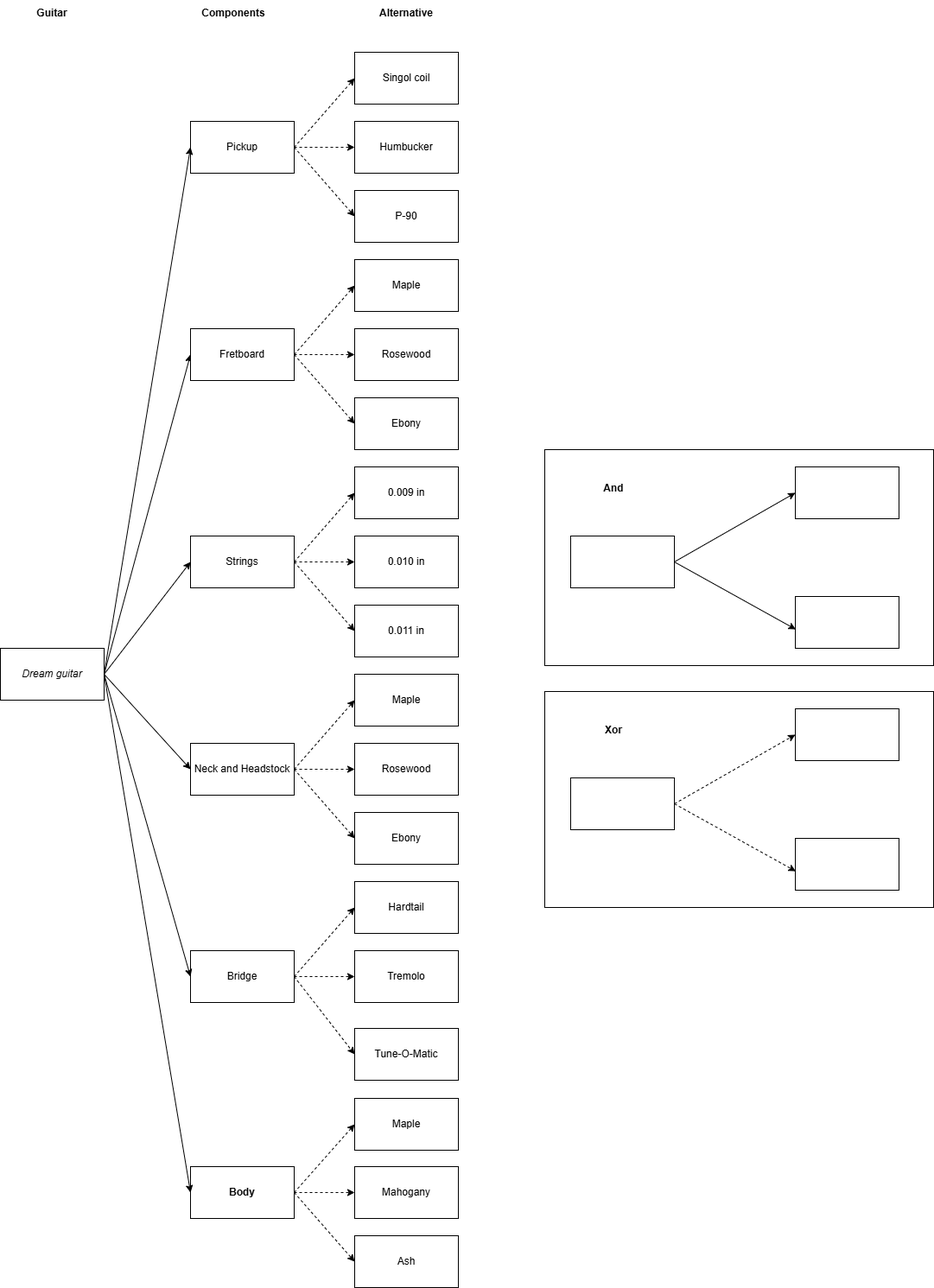
This is Dictionary.drawio.png from TizianoLilli/ISPW-Project, a draw.io export, as it was before one commit. Source tidied: cells renumbered, new cells last; positions are measured from the earlier drawing's top-left corner, leaving out a move shared by most shapes. The source it was exported from:
```xml
<mxGraphModel>
  <root>
    <mxCell id="0" />
    <mxCell id="1" parent="0" />
    <mxCell id="2" style="rounded=0;whiteSpace=wrap;html=1;" parent="1" vertex="1">
      <mxGeometry x="630" y="520" width="450" height="250" as="geometry" />
    </mxCell>
    <mxCell id="3" value="&lt;i&gt;Dream guitar&lt;/i&gt;" style="rounded=0;whiteSpace=wrap;html=1;" parent="1" vertex="1">
      <mxGeometry y="750" width="120" height="60" as="geometry" />
    </mxCell>
    <mxCell id="4" style="endArrow=classic;html=1;rounded=0;exitX=1;exitY=0.5;exitDx=0;exitDy=0;entryX=0;entryY=0.5;entryDx=0;entryDy=0;" parent="1" edge="1" source="3" target="5">
      <mxGeometry relative="1" as="geometry" />
    </mxCell>
    <mxCell id="5" value="Fretboard" style="rounded=0;whiteSpace=wrap;html=1;" parent="1" vertex="1">
      <mxGeometry x="220" y="380" width="120" height="60" as="geometry" />
    </mxCell>
    <mxCell id="6" value="Pickup" style="rounded=0;whiteSpace=wrap;html=1;" parent="1" vertex="1">
      <mxGeometry x="220" y="140" width="120" height="60" as="geometry" />
    </mxCell>
    <mxCell id="7" value="Singol coil" style="rounded=0;whiteSpace=wrap;html=1;" parent="1" vertex="1">
      <mxGeometry x="410" y="60" width="120" height="60" as="geometry" />
    </mxCell>
    <mxCell id="8" value="Humbucker" style="rounded=0;whiteSpace=wrap;html=1;" parent="1" vertex="1">
      <mxGeometry x="410" y="140" width="120" height="60" as="geometry" />
    </mxCell>
    <mxCell id="9" value="P-90" style="rounded=0;whiteSpace=wrap;html=1;" parent="1" vertex="1">
      <mxGeometry x="410" y="220" width="120" height="60" as="geometry" />
    </mxCell>
    <mxCell id="10" value="Maple" style="rounded=0;whiteSpace=wrap;html=1;" parent="1" vertex="1">
      <mxGeometry x="410" y="300" width="120" height="60" as="geometry" />
    </mxCell>
    <mxCell id="11" value="Rosewood" style="rounded=0;whiteSpace=wrap;html=1;" parent="1" vertex="1">
      <mxGeometry x="410" y="380" width="120" height="60" as="geometry" />
    </mxCell>
    <mxCell id="12" value="Ebony" style="rounded=0;whiteSpace=wrap;html=1;" parent="1" vertex="1">
      <mxGeometry x="410" y="460" width="120" height="60" as="geometry" />
    </mxCell>
    <mxCell id="13" value="0.009 in" style="rounded=0;whiteSpace=wrap;html=1;" parent="1" vertex="1">
      <mxGeometry x="410" y="540" width="120" height="60" as="geometry" />
    </mxCell>
    <mxCell id="14" value="0.010 in" style="rounded=0;whiteSpace=wrap;html=1;" parent="1" vertex="1">
      <mxGeometry x="410" y="620" width="120" height="60" as="geometry" />
    </mxCell>
    <mxCell id="15" value="0.011 in" style="rounded=0;whiteSpace=wrap;html=1;" parent="1" vertex="1">
      <mxGeometry x="410" y="700" width="120" height="60" as="geometry" />
    </mxCell>
    <mxCell id="16" value="Maple" style="rounded=0;whiteSpace=wrap;html=1;" parent="1" vertex="1">
      <mxGeometry x="410" y="780" width="120" height="60" as="geometry" />
    </mxCell>
    <mxCell id="17" value="Rosewood" style="rounded=0;whiteSpace=wrap;html=1;" parent="1" vertex="1">
      <mxGeometry x="410" y="860" width="120" height="60" as="geometry" />
    </mxCell>
    <mxCell id="18" value="Ebony" style="rounded=0;whiteSpace=wrap;html=1;" parent="1" vertex="1">
      <mxGeometry x="410" y="940" width="120" height="60" as="geometry" />
    </mxCell>
    <mxCell id="19" value="Hardtail" style="rounded=0;whiteSpace=wrap;html=1;" parent="1" vertex="1">
      <mxGeometry x="410" y="1020" width="120" height="60" as="geometry" />
    </mxCell>
    <mxCell id="20" value="Tune-O-Matic" style="rounded=0;whiteSpace=wrap;html=1;" parent="1" vertex="1">
      <mxGeometry x="410" y="1190" width="120" height="60" as="geometry" />
    </mxCell>
    <mxCell id="21" value="Tremolo" style="rounded=0;whiteSpace=wrap;html=1;" parent="1" vertex="1">
      <mxGeometry x="410" y="1100" width="120" height="60" as="geometry" />
    </mxCell>
    <mxCell id="22" value="Maple" style="rounded=0;whiteSpace=wrap;html=1;" parent="1" vertex="1">
      <mxGeometry x="410" y="1271" width="120" height="60" as="geometry" />
    </mxCell>
    <mxCell id="23" value="Mahogany" style="rounded=0;whiteSpace=wrap;html=1;" parent="1" vertex="1">
      <mxGeometry x="410" y="1350" width="120" height="60" as="geometry" />
    </mxCell>
    <mxCell id="24" style="endArrow=classic;html=1;rounded=0;entryX=0;entryY=0.5;entryDx=0;entryDy=0;dashed=1;" parent="1" edge="1" target="7">
      <mxGeometry relative="1" as="geometry">
        <mxPoint x="340" y="170" as="sourcePoint" />
      </mxGeometry>
    </mxCell>
    <mxCell id="25" style="endArrow=classic;html=1;rounded=0;entryX=0;entryY=0.5;entryDx=0;entryDy=0;dashed=1;exitX=1;exitY=0.5;exitDx=0;exitDy=0;" parent="1" edge="1" source="6" target="8">
      <mxGeometry relative="1" as="geometry" />
    </mxCell>
    <mxCell id="26" style="endArrow=classic;html=1;rounded=0;entryX=0;entryY=0.5;entryDx=0;entryDy=0;dashed=1;exitX=1;exitY=0.5;exitDx=0;exitDy=0;" parent="1" edge="1" source="6" target="9">
      <mxGeometry relative="1" as="geometry" />
    </mxCell>
    <mxCell id="27" style="endArrow=classic;html=1;rounded=0;entryX=0;entryY=0.5;entryDx=0;entryDy=0;dashed=1;exitX=1;exitY=0.5;exitDx=0;exitDy=0;" parent="1" edge="1" source="5" target="10">
      <mxGeometry relative="1" as="geometry" />
    </mxCell>
    <mxCell id="28" style="endArrow=classic;html=1;rounded=0;entryX=0;entryY=0.5;entryDx=0;entryDy=0;dashed=1;exitX=1;exitY=0.5;exitDx=0;exitDy=0;" parent="1" edge="1" source="5" target="11">
      <mxGeometry relative="1" as="geometry" />
    </mxCell>
    <mxCell id="29" style="endArrow=classic;html=1;rounded=0;entryX=0;entryY=0.5;entryDx=0;entryDy=0;dashed=1;exitX=1;exitY=0.5;exitDx=0;exitDy=0;" parent="1" edge="1" source="5" target="12">
      <mxGeometry relative="1" as="geometry" />
    </mxCell>
    <mxCell id="30" value="Strings" style="rounded=0;whiteSpace=wrap;html=1;" parent="1" vertex="1">
      <mxGeometry x="220" y="620" width="120" height="60" as="geometry" />
    </mxCell>
    <mxCell id="31" style="endArrow=classic;html=1;rounded=0;entryX=0;entryY=0.5;entryDx=0;entryDy=0;dashed=1;exitX=1;exitY=0.5;exitDx=0;exitDy=0;" parent="1" edge="1" source="30" target="13">
      <mxGeometry relative="1" as="geometry" />
    </mxCell>
    <mxCell id="32" style="endArrow=classic;html=1;rounded=0;entryX=0;entryY=0.5;entryDx=0;entryDy=0;dashed=1;exitX=1;exitY=0.5;exitDx=0;exitDy=0;" parent="1" edge="1" source="30" target="14">
      <mxGeometry relative="1" as="geometry" />
    </mxCell>
    <mxCell id="33" style="endArrow=classic;html=1;rounded=0;entryX=0;entryY=0.5;entryDx=0;entryDy=0;dashed=1;exitX=1;exitY=0.5;exitDx=0;exitDy=0;" parent="1" edge="1" source="30" target="15">
      <mxGeometry relative="1" as="geometry" />
    </mxCell>
    <mxCell id="34" value="Neck and Headstock" style="rounded=0;whiteSpace=wrap;html=1;" parent="1" vertex="1">
      <mxGeometry x="220" y="860" width="120" height="60" as="geometry" />
    </mxCell>
    <mxCell id="35" style="endArrow=classic;html=1;rounded=0;entryX=0;entryY=0.5;entryDx=0;entryDy=0;dashed=1;exitX=1;exitY=0.5;exitDx=0;exitDy=0;" parent="1" edge="1" source="34" target="16">
      <mxGeometry relative="1" as="geometry" />
    </mxCell>
    <mxCell id="36" style="endArrow=classic;html=1;rounded=0;entryX=0;entryY=0.5;entryDx=0;entryDy=0;dashed=1;exitX=1;exitY=0.5;exitDx=0;exitDy=0;" parent="1" edge="1" source="34" target="17">
      <mxGeometry relative="1" as="geometry" />
    </mxCell>
    <mxCell id="37" style="endArrow=classic;html=1;rounded=0;entryX=0;entryY=0.5;entryDx=0;entryDy=0;dashed=1;exitX=1;exitY=0.5;exitDx=0;exitDy=0;" parent="1" edge="1" source="34" target="18">
      <mxGeometry relative="1" as="geometry" />
    </mxCell>
    <mxCell id="38" value="Bridge" style="rounded=0;whiteSpace=wrap;html=1;" parent="1" vertex="1">
      <mxGeometry x="220" y="1100" width="120" height="60" as="geometry" />
    </mxCell>
    <mxCell id="39" style="endArrow=classic;html=1;rounded=0;entryX=0;entryY=0.5;entryDx=0;entryDy=0;dashed=1;exitX=1;exitY=0.5;exitDx=0;exitDy=0;" parent="1" edge="1" source="38" target="19">
      <mxGeometry relative="1" as="geometry" />
    </mxCell>
    <mxCell id="40" style="endArrow=classic;html=1;rounded=0;entryX=0;entryY=0.5;entryDx=0;entryDy=0;dashed=1;exitX=1;exitY=0.5;exitDx=0;exitDy=0;" parent="1" edge="1" source="38" target="21">
      <mxGeometry relative="1" as="geometry" />
    </mxCell>
    <mxCell id="41" style="endArrow=classic;html=1;rounded=0;entryX=0;entryY=0.5;entryDx=0;entryDy=0;dashed=1;exitX=1;exitY=0.5;exitDx=0;exitDy=0;" parent="1" edge="1" source="38" target="20">
      <mxGeometry relative="1" as="geometry" />
    </mxCell>
    <mxCell id="42" value="Ash" style="rounded=0;whiteSpace=wrap;html=1;" parent="1" vertex="1">
      <mxGeometry x="410" y="1430" width="120" height="60" as="geometry" />
    </mxCell>
    <mxCell id="43" value="Body" style="rounded=0;whiteSpace=wrap;html=1;fontStyle=1;" parent="1" vertex="1">
      <mxGeometry x="220" y="1350" width="120" height="60" as="geometry" />
    </mxCell>
    <mxCell id="44" style="endArrow=classic;html=1;rounded=0;entryX=0;entryY=0.5;entryDx=0;entryDy=0;dashed=1;exitX=1;exitY=0.5;exitDx=0;exitDy=0;" parent="1" edge="1" source="43" target="22">
      <mxGeometry relative="1" as="geometry" />
    </mxCell>
    <mxCell id="45" style="endArrow=classic;html=1;rounded=0;entryX=0;entryY=0.5;entryDx=0;entryDy=0;dashed=1;exitX=1;exitY=0.5;exitDx=0;exitDy=0;" parent="1" edge="1" source="43" target="23">
      <mxGeometry relative="1" as="geometry" />
    </mxCell>
    <mxCell id="46" style="endArrow=classic;html=1;rounded=0;entryX=0;entryY=0.5;entryDx=0;entryDy=0;dashed=1;exitX=1;exitY=0.5;exitDx=0;exitDy=0;" parent="1" edge="1" source="43" target="42">
      <mxGeometry relative="1" as="geometry" />
    </mxCell>
    <mxCell id="47" style="endArrow=classic;html=1;rounded=0;exitX=1;exitY=0.5;exitDx=0;exitDy=0;entryX=0;entryY=0.5;entryDx=0;entryDy=0;" parent="1" edge="1" source="3" target="30">
      <mxGeometry relative="1" as="geometry" />
    </mxCell>
    <mxCell id="48" style="endArrow=classic;html=1;rounded=0;exitX=1;exitY=0.5;exitDx=0;exitDy=0;entryX=0;entryY=0.5;entryDx=0;entryDy=0;" parent="1" edge="1" source="3" target="34">
      <mxGeometry relative="1" as="geometry" />
    </mxCell>
    <mxCell id="49" style="endArrow=classic;html=1;rounded=0;entryX=0;entryY=0.5;entryDx=0;entryDy=0;" parent="1" edge="1" target="38">
      <mxGeometry relative="1" as="geometry">
        <mxPoint x="120" y="780" as="sourcePoint" />
      </mxGeometry>
    </mxCell>
    <mxCell id="50" style="endArrow=classic;html=1;rounded=0;exitX=1;exitY=0.5;exitDx=0;exitDy=0;entryX=0;entryY=0.5;entryDx=0;entryDy=0;" parent="1" edge="1" source="3" target="6">
      <mxGeometry relative="1" as="geometry" />
    </mxCell>
    <mxCell id="51" style="endArrow=classic;html=1;rounded=0;entryX=0;entryY=0.5;entryDx=0;entryDy=0;" parent="1" edge="1" target="43">
      <mxGeometry relative="1" as="geometry">
        <mxPoint x="120" y="780" as="sourcePoint" />
      </mxGeometry>
    </mxCell>
    <mxCell id="52" style="rounded=0;whiteSpace=wrap;html=1;" parent="1" vertex="1">
      <mxGeometry x="660" y="620" width="120" height="60" as="geometry" />
    </mxCell>
    <mxCell id="53" style="endArrow=classic;html=1;rounded=0;exitX=1;exitY=0.5;exitDx=0;exitDy=0;" parent="1" edge="1" source="52">
      <mxGeometry relative="1" as="geometry">
        <mxPoint x="920" y="570" as="targetPoint" />
      </mxGeometry>
    </mxCell>
    <mxCell id="54" style="rounded=0;whiteSpace=wrap;html=1;" parent="1" vertex="1">
      <mxGeometry x="920" y="540" width="120" height="60" as="geometry" />
    </mxCell>
    <mxCell id="55" style="rounded=0;whiteSpace=wrap;html=1;" parent="1" vertex="1">
      <mxGeometry x="920" y="690" width="120" height="60" as="geometry" />
    </mxCell>
    <mxCell id="56" style="endArrow=classic;html=1;rounded=0;exitX=1;exitY=0.5;exitDx=0;exitDy=0;entryX=0.004;entryY=0.634;entryDx=0;entryDy=0;entryPerimeter=0;" parent="1" edge="1" source="52" target="55">
      <mxGeometry relative="1" as="geometry" />
    </mxCell>
    <mxCell id="57" value="&lt;b&gt;And&lt;/b&gt;" style="text;html=1;align=center;verticalAlign=middle;whiteSpace=wrap;rounded=0;" parent="1" vertex="1">
      <mxGeometry x="680" y="550" width="60" height="30" as="geometry" />
    </mxCell>
    <mxCell id="58" style="rounded=0;whiteSpace=wrap;html=1;" parent="1" vertex="1">
      <mxGeometry x="630" y="800" width="450" height="250" as="geometry" />
    </mxCell>
    <mxCell id="59" style="rounded=0;whiteSpace=wrap;html=1;" parent="1" vertex="1">
      <mxGeometry x="660" y="900" width="120" height="60" as="geometry" />
    </mxCell>
    <mxCell id="60" style="endArrow=classic;html=1;rounded=0;exitX=1;exitY=0.5;exitDx=0;exitDy=0;dashed=1;" parent="1" edge="1" source="59">
      <mxGeometry relative="1" as="geometry">
        <mxPoint x="920" y="850" as="targetPoint" />
      </mxGeometry>
    </mxCell>
    <mxCell id="61" style="rounded=0;whiteSpace=wrap;html=1;" parent="1" vertex="1">
      <mxGeometry x="920" y="820" width="120" height="60" as="geometry" />
    </mxCell>
    <mxCell id="62" style="rounded=0;whiteSpace=wrap;html=1;" parent="1" vertex="1">
      <mxGeometry x="920" y="970" width="120" height="60" as="geometry" />
    </mxCell>
    <mxCell id="63" style="endArrow=classic;html=1;rounded=0;exitX=1;exitY=0.5;exitDx=0;exitDy=0;entryX=0.004;entryY=0.634;entryDx=0;entryDy=0;entryPerimeter=0;dashed=1;" parent="1" edge="1" source="59" target="62">
      <mxGeometry relative="1" as="geometry" />
    </mxCell>
    <mxCell id="64" value="&lt;b&gt;Xor&lt;/b&gt;" style="text;html=1;align=center;verticalAlign=middle;whiteSpace=wrap;rounded=0;" parent="1" vertex="1">
      <mxGeometry x="680" y="830" width="60" height="30" as="geometry" />
    </mxCell>
    <mxCell id="65" value="&lt;b&gt;Alternative&lt;/b&gt;" style="text;html=1;align=center;verticalAlign=middle;whiteSpace=wrap;rounded=0;" parent="1" vertex="1">
      <mxGeometry x="440" width="60" height="30" as="geometry" />
    </mxCell>
    <mxCell id="66" value="&lt;b&gt;Components&lt;/b&gt;" style="text;html=1;align=center;verticalAlign=middle;whiteSpace=wrap;rounded=0;" parent="1" vertex="1">
      <mxGeometry x="240" width="60" height="30" as="geometry" />
    </mxCell>
    <mxCell id="67" value="Guitar" style="text;html=1;align=center;verticalAlign=middle;whiteSpace=wrap;rounded=0;fontStyle=1;" parent="1" vertex="1">
      <mxGeometry x="30" width="60" height="30" as="geometry" />
    </mxCell>
  </root>
</mxGraphModel>
```
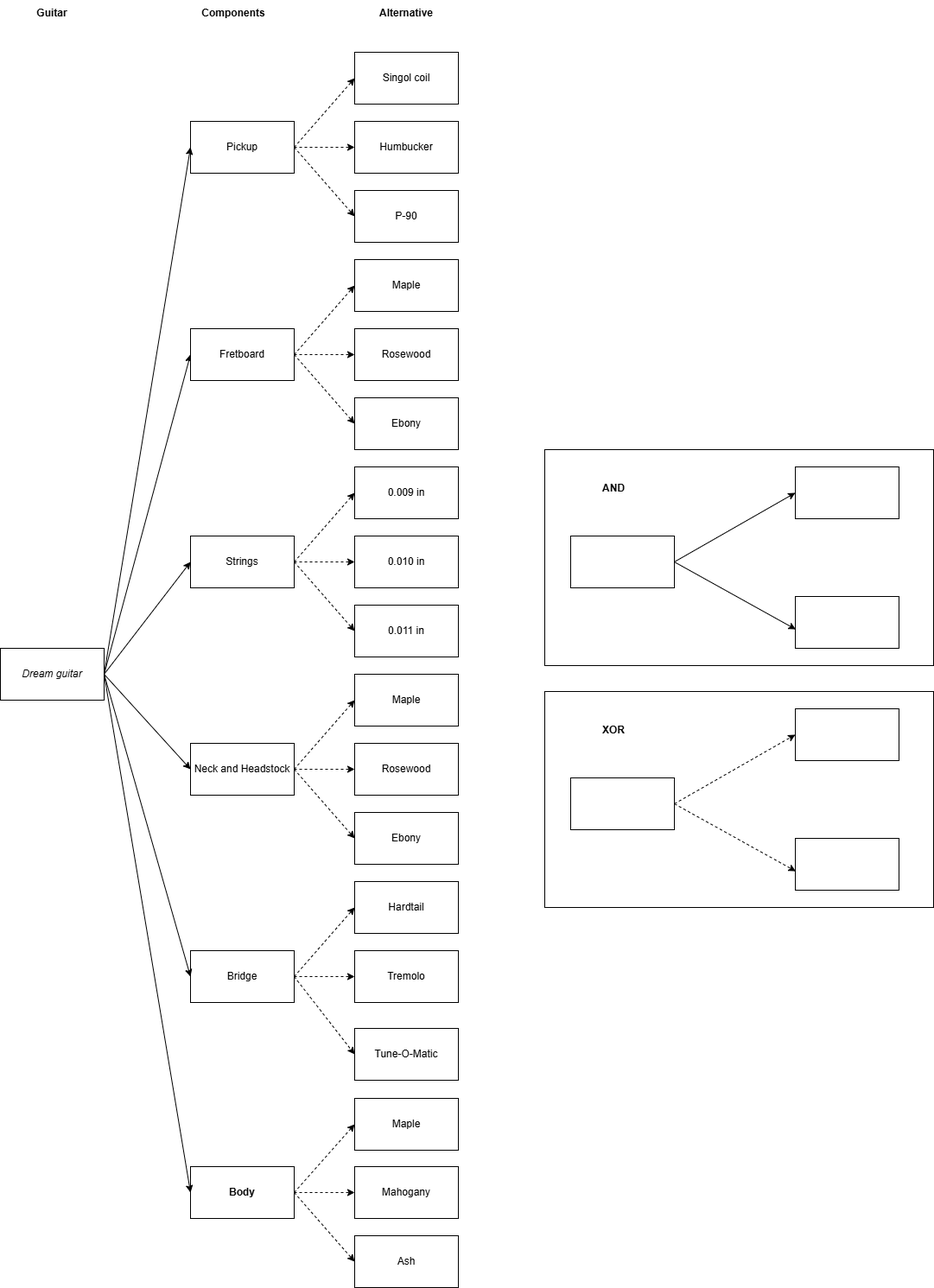
Above is the later version.

The edit, as a diff of the source:
```diff
@@ -175,7 +175,7 @@
     <mxCell id="56" style="endArrow=classic;html=1;rounded=0;exitX=1;exitY=0.5;exitDx=0;exitDy=0;entryX=0.004;entryY=0.634;entryDx=0;entryDy=0;entryPerimeter=0;" parent="1" edge="1" source="52" target="55">
       <mxGeometry relative="1" as="geometry" />
     </mxCell>
-    <mxCell id="57" value="&lt;b&gt;And&lt;/b&gt;" style="text;html=1;align=center;verticalAlign=middle;whiteSpace=wrap;rounded=0;" parent="1" vertex="1">
+    <mxCell id="57" value="AND" style="text;html=1;align=center;verticalAlign=middle;whiteSpace=wrap;rounded=0;fontStyle=1;" parent="1" vertex="1">
       <mxGeometry x="680" y="550" width="60" height="30" as="geometry" />
     </mxCell>
     <mxCell id="58" style="rounded=0;whiteSpace=wrap;html=1;" parent="1" vertex="1">
@@ -198,7 +198,7 @@
     <mxCell id="63" style="endArrow=classic;html=1;rounded=0;exitX=1;exitY=0.5;exitDx=0;exitDy=0;entryX=0.004;entryY=0.634;entryDx=0;entryDy=0;entryPerimeter=0;dashed=1;" parent="1" edge="1" source="59" target="62">
       <mxGeometry relative="1" as="geometry" />
     </mxCell>
-    <mxCell id="64" value="&lt;b&gt;Xor&lt;/b&gt;" style="text;html=1;align=center;verticalAlign=middle;whiteSpace=wrap;rounded=0;" parent="1" vertex="1">
+    <mxCell id="64" value="&lt;b&gt;XOR&lt;/b&gt;" style="text;html=1;align=center;verticalAlign=middle;whiteSpace=wrap;rounded=0;" parent="1" vertex="1">
       <mxGeometry x="680" y="830" width="60" height="30" as="geometry" />
     </mxCell>
     <mxCell id="65" value="&lt;b&gt;Alternative&lt;/b&gt;" style="text;html=1;align=center;verticalAlign=middle;whiteSpace=wrap;rounded=0;" parent="1" vertex="1">
```
